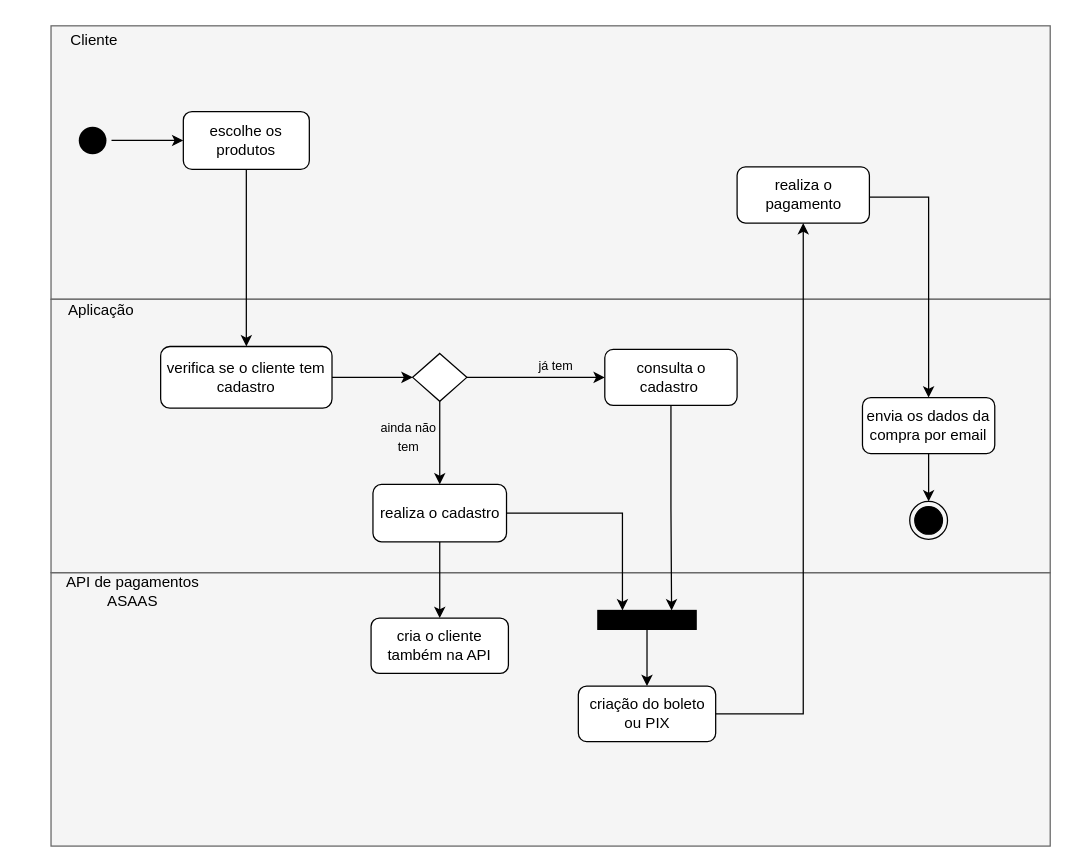
This is activity diagram.drawio from mateusf-prog/PROJECT-commerce-management-system, a draw.io file, before an edit. Source tidied: cells renumbered, new cells numbered last; positions are measured from the earlier drawing's top-left corner, leaving out a move shared by most shapes. Both pictures are drawn from the tidied source at 126%, with x=0, y=0 at pixel (21, 21).
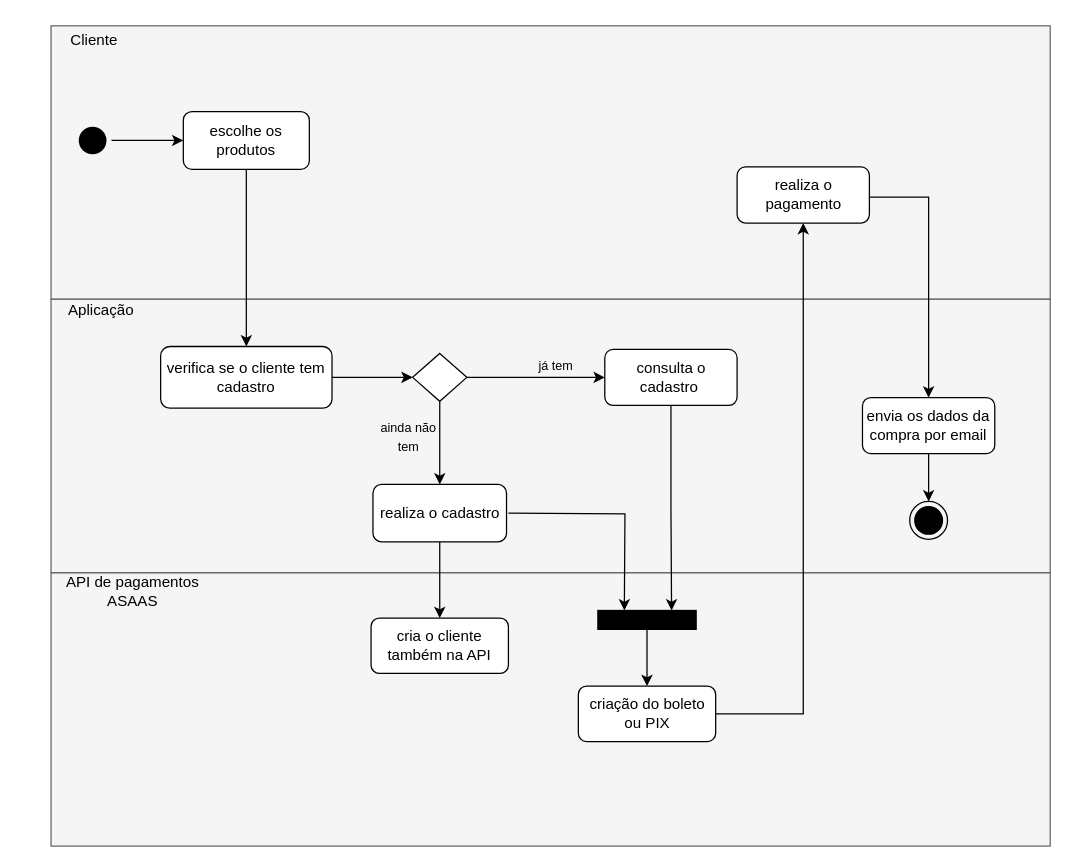
The same diagram, later.

Unchanged cells that the change refers to:
```xml
<mxCell id="9" value="realiza o cadastro" style="rounded=1;whiteSpace=wrap;html=1;" parent="1" vertex="1">
  <mxGeometry x="278.5" y="367" width="106" height="45.5" as="geometry" />
</mxCell>
<mxCell id="33" style="rounded=0;whiteSpace=wrap;html=1;fillColor=#000000;" parent="1" vertex="1">
  <mxGeometry x="457" y="467" width="78" height="15" as="geometry" />
</mxCell>
```

Diff of the diagram source:
```diff
@@
-    <mxCell id="8" style="edgeStyle=orthogonalEdgeStyle;rounded=0;jettySize=auto;html=1;entryX=0.25;entryY=0;entryDx=0;entryDy=0;" parent="1" edge="1" source="9" target="33">
-      <mxGeometry relative="1" as="geometry" />
+    <mxCell id="8" style="edgeStyle=orthogonalEdgeStyle;rounded=0;orthogonalLoop=1;jettySize=auto;html=1;entryX=0.25;entryY=0;entryDx=0;entryDy=0;" parent="1" edge="1">
+      <mxGeometry relative="1" as="geometry">
+        <mxPoint x="386" y="389.8" as="sourcePoint" />
+        <mxPoint x="478" y="467" as="targetPoint" />
+      </mxGeometry>
     </mxCell>
```
